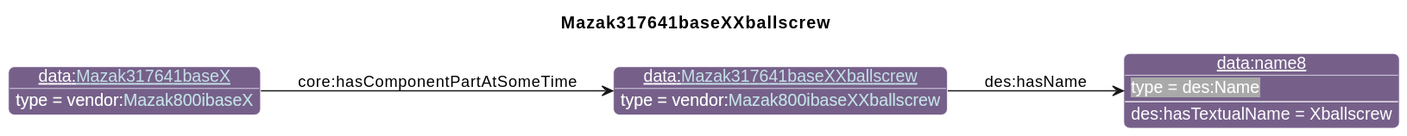
This is diagrams/Mazak317641baseXXballscrew.svg from iofoundry/example-syseng-mtconnect, a PlantUML export, as it was before one commit.
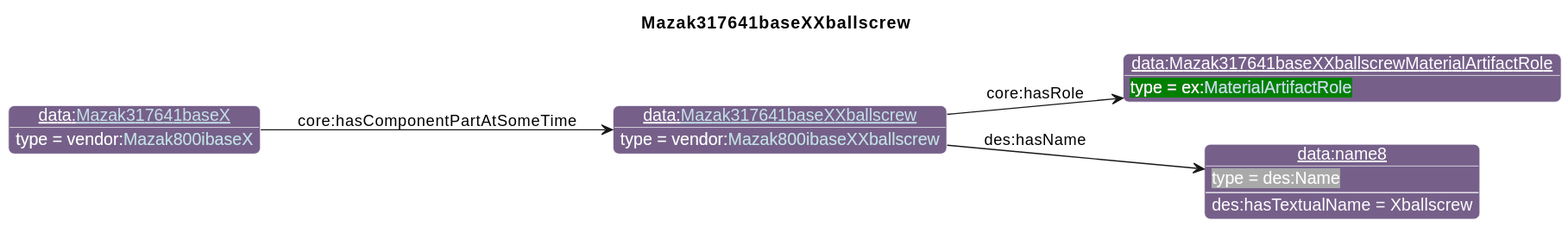
Above is the later version.

Diff of the diagram source:
```diff
@@ -26,9 +26,11 @@
                       "qp":"641B2E"
       }
 individual(o0, data:[[./Mazak317641baseXXballscrew.html Mazak317641baseXXballscrew]], vendor:[[../Mazak.html#Mazak800ibaseXXballscrew Mazak800ibaseXXballscrew]])
-individual(o1, data:name8, des:Name)
-individual(o2, data:[[./Mazak317641baseX.html Mazak317641baseX]], vendor:[[../Mazak.html#Mazak800ibaseX Mazak800ibaseX]])
-property(o0, "des:hasName", o1)
-data(o1, "des:hasTextualName", "Xballscrew")
-property(o2, "core:hasComponentPartAtSomeTime", o0)
+individual(o1, data:Mazak317641baseXXballscrewMaterialArtifactRole, ex:[[../Example.html#MaterialArtifactRole MaterialArtifactRole]])
+individual(o2, data:name8, des:Name)
+individual(o3, data:[[./Mazak317641baseX.html Mazak317641baseX]], vendor:[[../Mazak.html#Mazak800ibaseX Mazak800ibaseX]])
+property(o0, "core:hasRole", o1)
+property(o0, "des:hasName", o2)
+data(o2, "des:hasTextualName", "Xballscrew")
+property(o3, "core:hasComponentPartAtSomeTime", o0)
 @enduml
```
